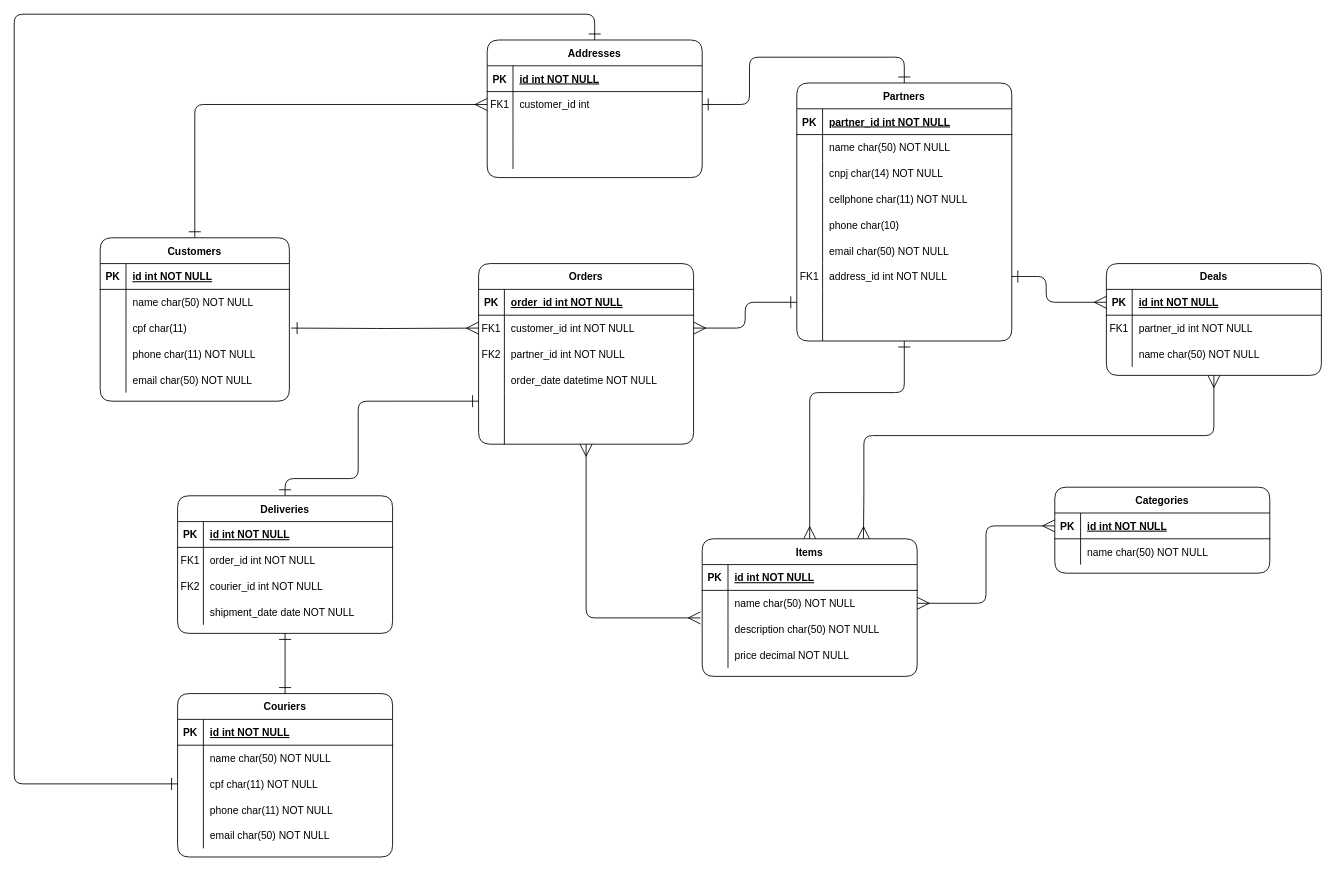
Above: Entrega.drawio in digital-heroes/vigilant-dollop (draw.io), before the change. Source tidied: cells renumbered, new cells numbered last; positions are measured from the earlier drawing's top-left corner, leaving out a move shared by most shapes. Both pictures are drawn from the tidied source at 86%, with x=0, y=0 at pixel (14, 14).
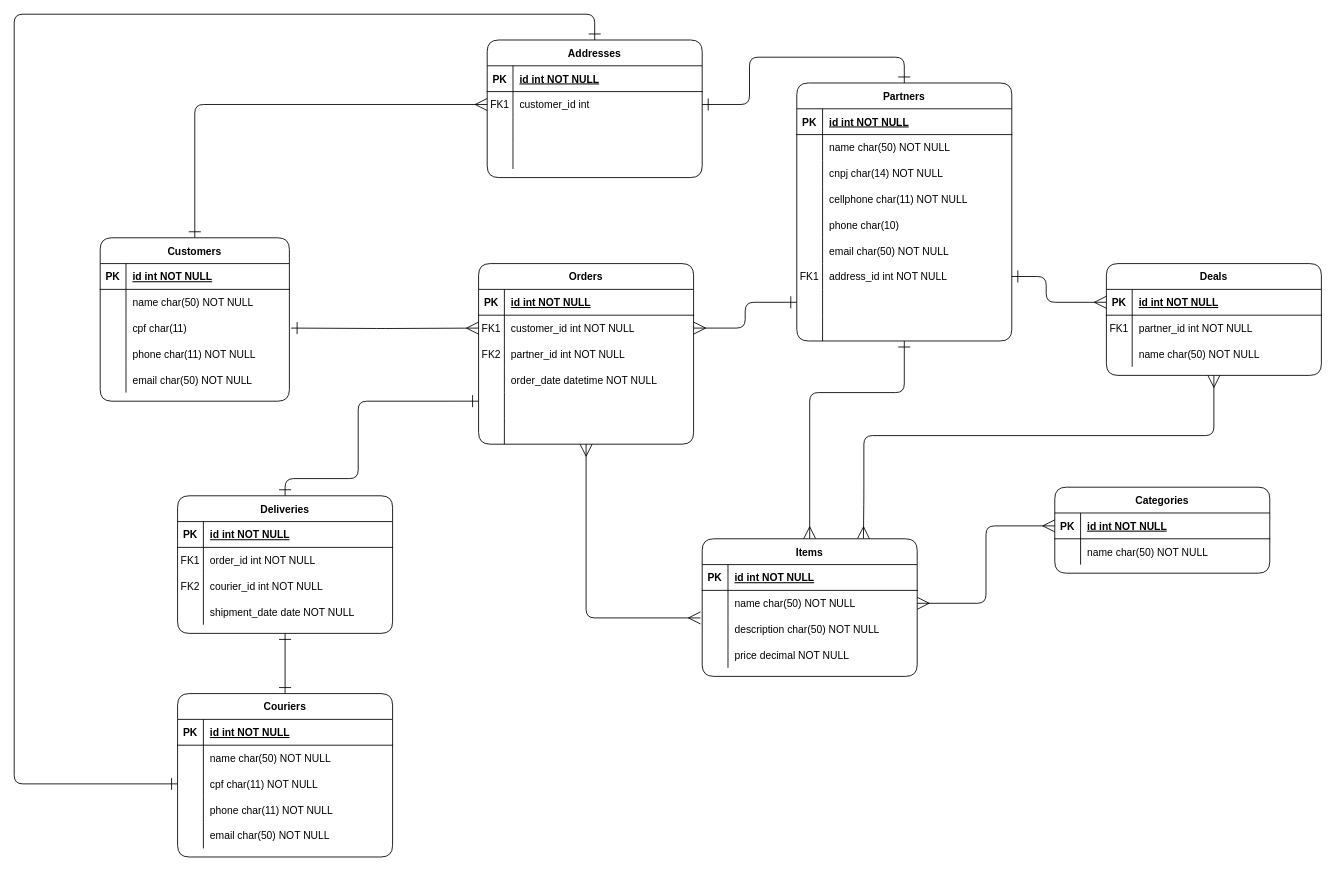
The same diagram, later.

The change refers to these unchanged cells:
```xml
<mxCell id="6" style="shape=partialRectangle;fillColor=none;top=0;left=0;right=0;bottom=1;labelBorderColor=none;rounded=1;" parent="5" vertex="1">
  <mxGeometry y="30" width="250" height="30" as="geometry" />
</mxCell>
<mxCell id="122" style="shape=partialRectangle;fillColor=none;top=0;left=0;right=0;bottom=1;labelBorderColor=none;rounded=1;" parent="121" vertex="1">
  <mxGeometry y="30" width="250" height="30" as="geometry" />
</mxCell>
```

Change to the diagram source:
```diff
@@
-    <mxCell id="8" value="order_id int NOT NULL " style="shape=partialRectangle;overflow=hidden;fillColor=none;top=0;left=0;bottom=0;right=0;align=left;spacingLeft=6;fontStyle=5;labelBorderColor=none;rounded=1;" parent="6" vertex="1">
+    <mxCell id="8" value="id int NOT NULL " style="shape=partialRectangle;overflow=hidden;fillColor=none;top=0;left=0;bottom=0;right=0;align=left;spacingLeft=6;fontStyle=5;labelBorderColor=none;rounded=1;" parent="6" vertex="1">
       <mxGeometry x="30" width="220" height="30" as="geometry" />
     </mxCell>
@@
-    <mxCell id="124" value="partner_id int NOT NULL " style="shape=partialRectangle;overflow=hidden;fillColor=none;top=0;left=0;bottom=0;right=0;align=left;spacingLeft=6;fontStyle=5;labelBorderColor=none;rounded=1;" parent="122" vertex="1">
+    <mxCell id="124" value="id int NOT NULL " style="shape=partialRectangle;overflow=hidden;fillColor=none;top=0;left=0;bottom=0;right=0;align=left;spacingLeft=6;fontStyle=5;labelBorderColor=none;rounded=1;" parent="122" vertex="1">
       <mxGeometry x="30" width="220" height="30" as="geometry" />
     </mxCell>
```
